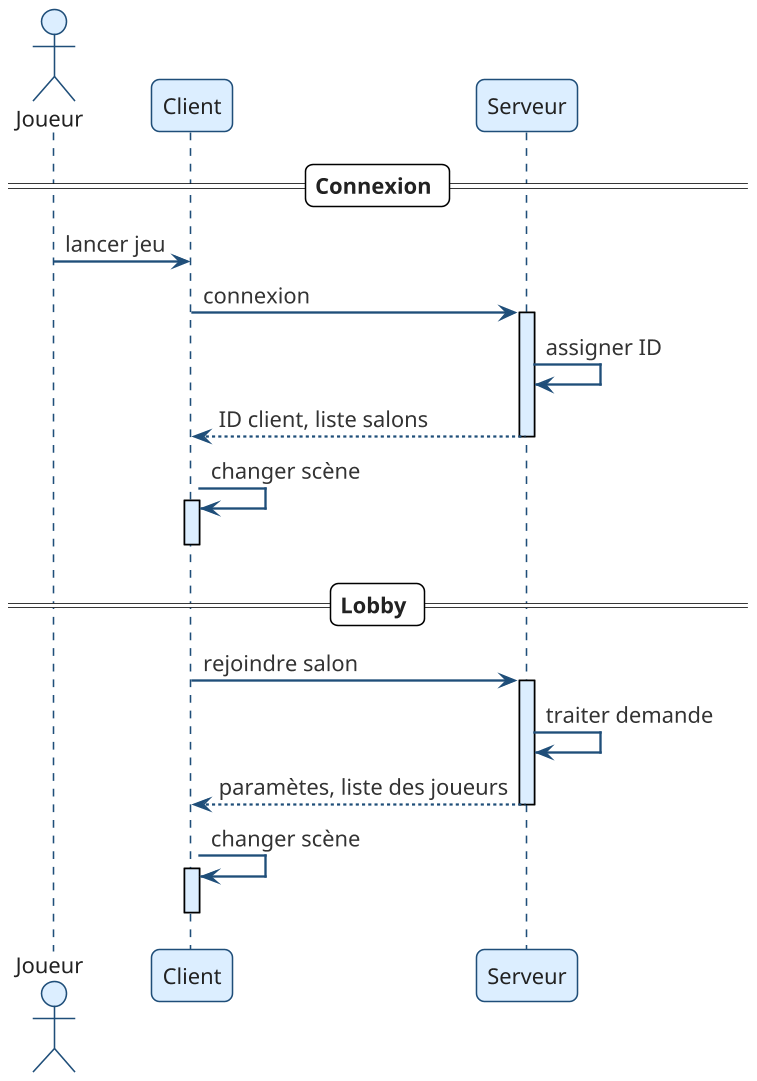
This is Rapport/UML/PacMan_UML_Reseau_connexion.png from thomasctn/Projet_PacMan_En_Reseau, a PlantUML export, as it was before one commit.
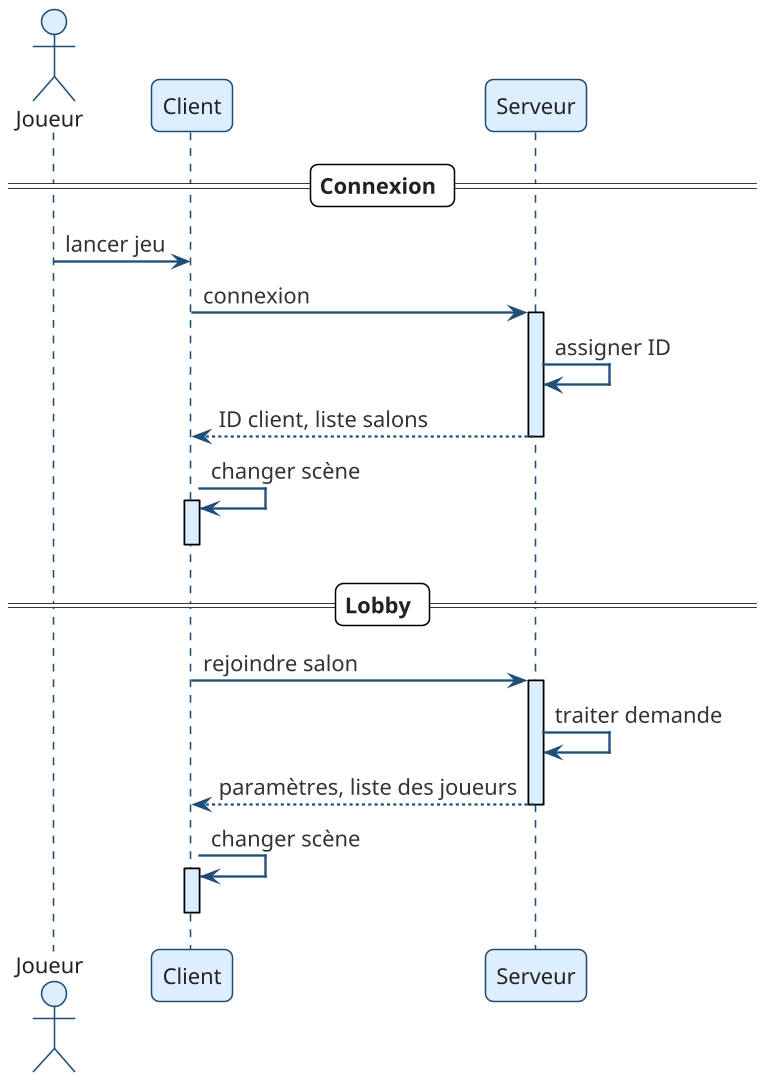
Later version of the same file.

The edit, as a diff of the source:
```diff
@@ -20,7 +20,7 @@
 Client -> Serveur : rejoindre salon
 activate Serveur
 Serveur -> Serveur : traiter demande
-Serveur --> Client : paramètes, liste des joueurs
+Serveur --> Client : paramètres, liste des joueurs
 deactivate Serveur
 Client -> Client : changer scène
 activate Client
```
